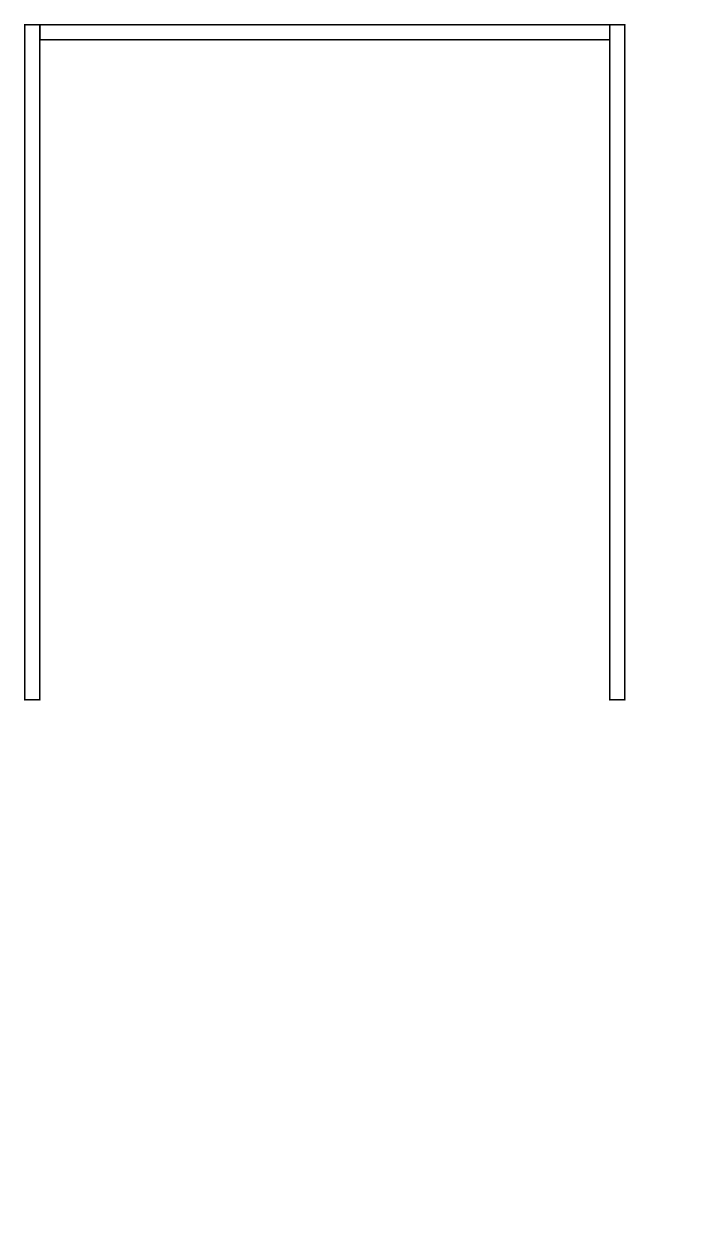
This is Garage_01.drawio from joschinger-github/garage, a draw.io file, before an edit. Source tidied: cells renumbered, new cells numbered last; positions are measured from the earlier drawing's top-left corner, leaving out a move shared by most shapes. Both pictures are drawn from the tidied source at 150%, with x=0, y=0 at pixel (24, 24).
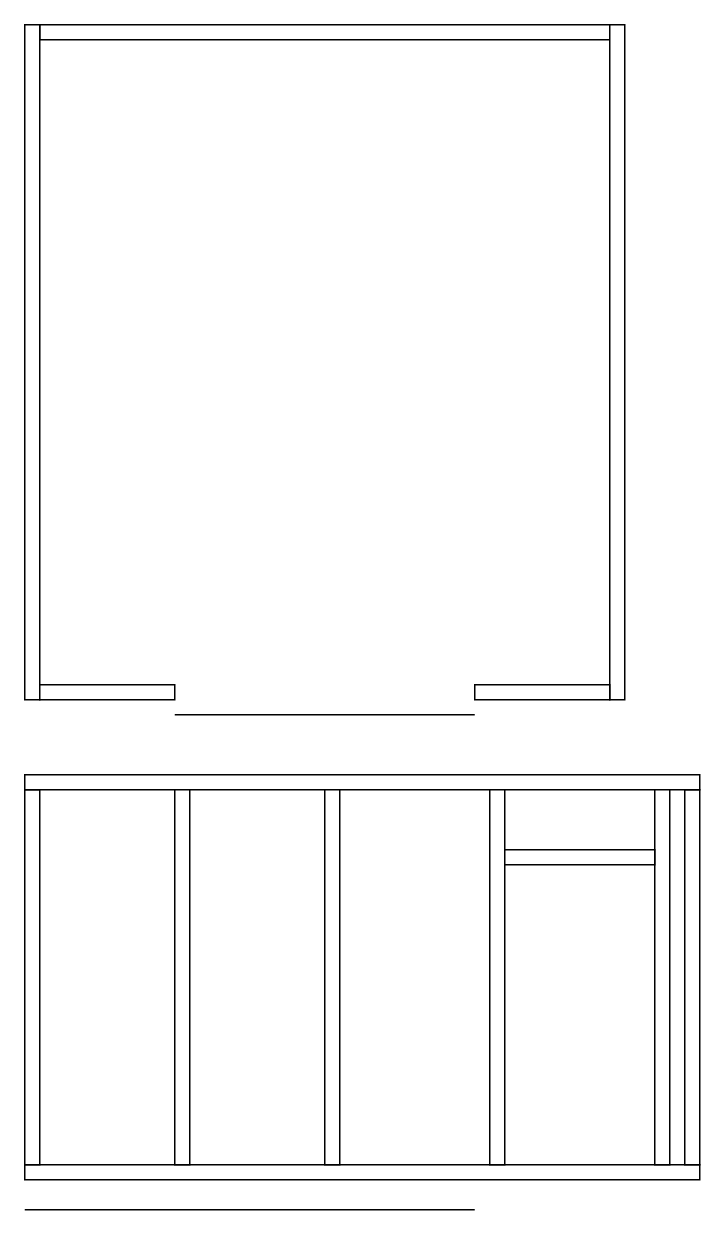
Above is the later version.

The edit, as a diff of the source:
```diff
@@
 <mxGraphModel>
   <root>
     <mxCell id="0" />
     <mxCell id="1" parent="0" />
     <mxCell id="2" style="rounded=0;whiteSpace=wrap;html=1;" parent="1" vertex="1">
       <mxGeometry x="10" width="380" height="10" as="geometry" />
     </mxCell>
     <mxCell id="3" style="rounded=0;whiteSpace=wrap;html=1;" parent="1" vertex="1">
       <mxGeometry width="10" height="450" as="geometry" />
     </mxCell>
     <mxCell id="4" style="rounded=0;whiteSpace=wrap;html=1;" parent="1" vertex="1">
       <mxGeometry x="390" width="10" height="450" as="geometry" />
     </mxCell>
+    <mxCell id="5" style="rounded=0;whiteSpace=wrap;html=1;" parent="1" vertex="1">
+      <mxGeometry x="10" y="440" width="90" height="10" as="geometry" />
+    </mxCell>
+    <mxCell id="6" style="rounded=0;whiteSpace=wrap;html=1;" parent="1" vertex="1">
+      <mxGeometry x="300" y="440" width="90" height="10" as="geometry" />
+    </mxCell>
+    <mxCell id="7" style="rounded=0;whiteSpace=wrap;html=1;" parent="1" vertex="1">
+      <mxGeometry y="760" width="450" height="10" as="geometry" />
+    </mxCell>
+    <mxCell id="8" style="rounded=0;whiteSpace=wrap;html=1;" parent="1" vertex="1">
+      <mxGeometry y="510" width="10" height="250" as="geometry" />
+    </mxCell>
+    <mxCell id="9" style="rounded=0;whiteSpace=wrap;html=1;" parent="1" vertex="1">
+      <mxGeometry x="440" y="510" width="10" height="250" as="geometry" />
+    </mxCell>
+    <mxCell id="10" style="rounded=0;whiteSpace=wrap;html=1;" parent="1" vertex="1">
+      <mxGeometry y="500" width="450" height="10" as="geometry" />
+    </mxCell>
+    <mxCell id="11" style="rounded=0;whiteSpace=wrap;html=1;" parent="1" vertex="1">
+      <mxGeometry x="100" y="510" width="10" height="250" as="geometry" />
+    </mxCell>
+    <mxCell id="12" style="rounded=0;whiteSpace=wrap;html=1;" parent="1" vertex="1">
+      <mxGeometry x="200" y="510" width="10" height="250" as="geometry" />
+    </mxCell>
+    <mxCell id="13" style="endArrow=none;html=1;rounded=0;" parent="1" edge="1">
+      <mxGeometry relative="1" as="geometry">
+        <mxPoint y="790" as="sourcePoint" />
+        <mxPoint x="300" y="790" as="targetPoint" />
+      </mxGeometry>
+    </mxCell>
+    <mxCell id="14" style="rounded=0;whiteSpace=wrap;html=1;" parent="1" vertex="1">
+      <mxGeometry x="310" y="510" width="10" height="250" as="geometry" />
+    </mxCell>
+    <mxCell id="15" style="rounded=0;whiteSpace=wrap;html=1;" parent="1" vertex="1">
+      <mxGeometry x="420" y="510" width="10" height="250" as="geometry" />
+    </mxCell>
+    <mxCell id="16" style="rounded=0;whiteSpace=wrap;html=1;" parent="1" vertex="1">
+      <mxGeometry x="320" y="550" width="100" height="10" as="geometry" />
+    </mxCell>
+    <mxCell id="17" style="endArrow=none;html=1;rounded=0;" parent="1" edge="1">
+      <mxGeometry relative="1" as="geometry">
+        <mxPoint x="100" y="460" as="sourcePoint" />
+        <mxPoint x="300" y="460" as="targetPoint" />
+      </mxGeometry>
+    </mxCell>
   </root>
 </mxGraphModel>
```
